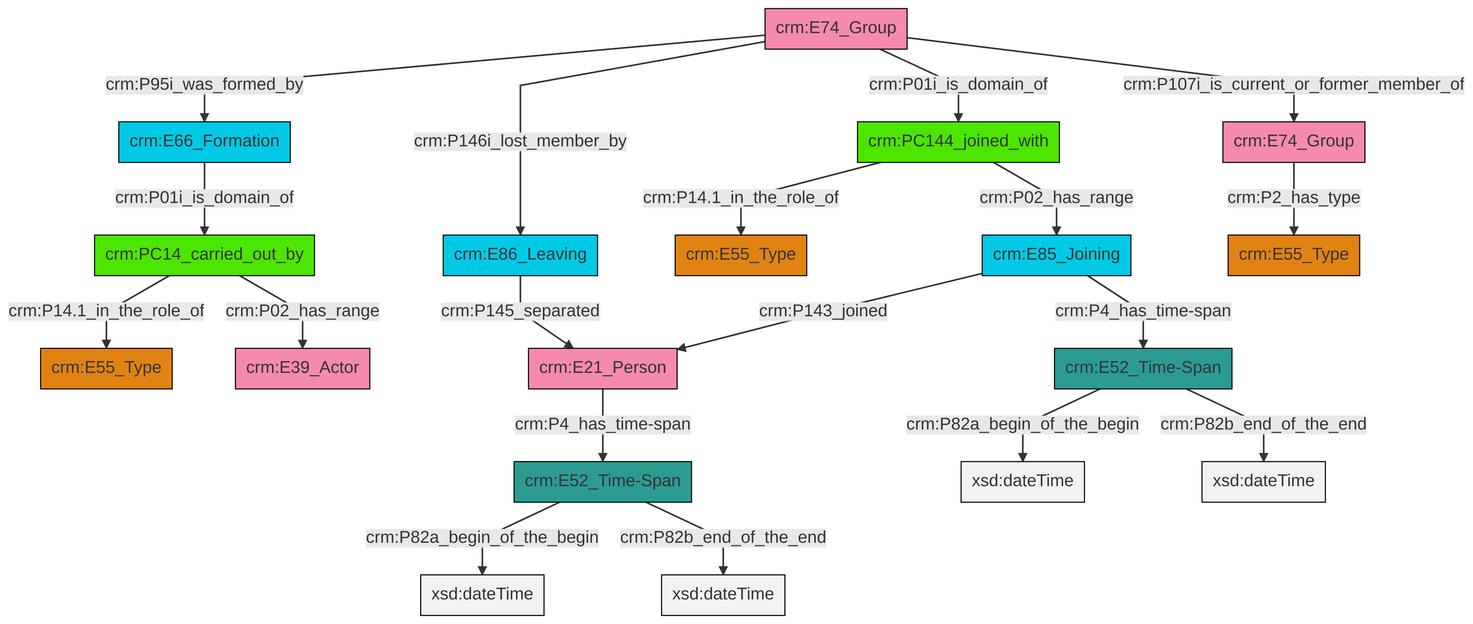
Earlier version of the Mermaid export et/groupCSV/ttl/mmd/png/group_actor_relations.png (swiss-art-research-net/docs.swissartresearch). Its source is kept beside it as et/groupCSV/ttl/mmd/group_actor_relations.ttl.mmd.
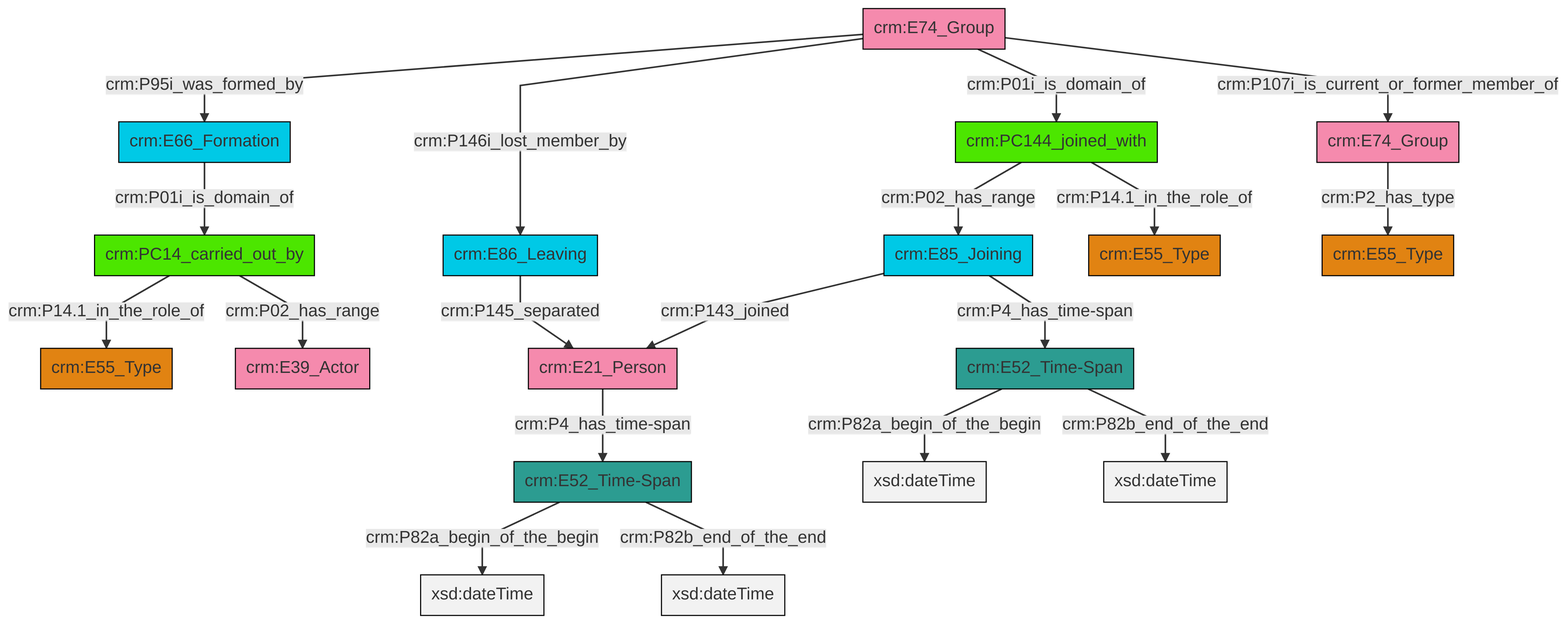
The same diagram one commit later.

What changed in the source:
```diff
@@ -13,21 +13,21 @@
 classDef PC_Classes fill:#4ce600, stroke:#000000;
 classDef Multi fill:#cccccc,stroke:#000000;
 
-0["crm:E74_Group"]:::Actor -->|crm:P2_has_type| 1["crm:E55_Type"]:::Type
-5["crm:E52_Time-Span"]:::Time-Span -->|crm:P82a_begin_of_the_begin| 6[xsd:dateTime]:::Literal
-7["crm:E85_Joining"]:::Temporal_Entity -->|crm:P143_joined| 8["crm:E21_Person"]:::Actor
-2["crm:E52_Time-Span"]:::Time-Span -->|crm:P82a_begin_of_the_begin| 16[xsd:dateTime]:::Literal
-5["crm:E52_Time-Span"]:::Time-Span -->|crm:P82b_end_of_the_end| 19[xsd:dateTime]:::Literal
-20["crm:E86_Leaving"]:::Temporal_Entity -->|crm:P145_separated| 8["crm:E21_Person"]:::Actor
-9["crm:E74_Group"]:::Actor -->|crm:P95i_was_formed_by| 21["crm:E66_Formation"]:::Temporal_Entity
-9["crm:E74_Group"]:::Actor -->|crm:P146i_lost_member_by| 20["crm:E86_Leaving"]:::Temporal_Entity
-8["crm:E21_Person"]:::Actor -->|crm:P4_has_time-span| 2["crm:E52_Time-Span"]:::Time-Span
-23["crm:PC14_carried_out_by"]:::PC_Classes -->|crm:P14.1_in_the_role_of| 17["crm:E55_Type"]:::Type
-23["crm:PC14_carried_out_by"]:::PC_Classes -->|crm:P02_has_range| 12["crm:E39_Actor"]:::Actor
-7["crm:E85_Joining"]:::Temporal_Entity -->|crm:P4_has_time-span| 5["crm:E52_Time-Span"]:::Time-Span
-9["crm:E74_Group"]:::Actor -->|crm:P01i_is_domain_of| 30["crm:PC144_joined_with"]:::PC_Classes
-9["crm:E74_Group"]:::Actor -->|crm:P107i_is_current_or_former_member_of| 0["crm:E74_Group"]:::Actor
-21["crm:E66_Formation"]:::Temporal_Entity -->|crm:P01i_is_domain_of| 23["crm:PC14_carried_out_by"]:::PC_Classes
-30["crm:PC144_joined_with"]:::PC_Classes -->|crm:P14.1_in_the_role_of| 14["crm:E55_Type"]:::Type
-2["crm:E52_Time-Span"]:::Time-Span -->|crm:P82b_end_of_the_end| 33[xsd:dateTime]:::Literal
-30["crm:PC144_joined_with"]:::PC_Classes -->|crm:P02_has_range| 7["crm:E85_Joining"]:::Temporal_Entity
+2["crm:PC144_joined_with"]:::PC_Classes -->|crm:P02_has_range| 3["crm:E85_Joining"]:::Temporal_Entity
+4["crm:E52_Time-Span"]:::Time-Span -->|crm:P82a_begin_of_the_begin| 5[xsd:dateTime]:::Literal
+3["crm:E85_Joining"]:::Temporal_Entity -->|crm:P143_joined| 9["crm:E21_Person"]:::Actor
+10["crm:E66_Formation"]:::Temporal_Entity -->|crm:P01i_is_domain_of| 11["crm:PC14_carried_out_by"]:::PC_Classes
+11["crm:PC14_carried_out_by"]:::PC_Classes -->|crm:P14.1_in_the_role_of| 12["crm:E55_Type"]:::Type
+13["crm:E52_Time-Span"]:::Time-Span -->|crm:P82a_begin_of_the_begin| 14[xsd:dateTime]:::Literal
+15["crm:E74_Group"]:::Actor -->|crm:P2_has_type| 16["crm:E55_Type"]:::Type
+4["crm:E52_Time-Span"]:::Time-Span -->|crm:P82b_end_of_the_end| 17[xsd:dateTime]:::Literal
+19["crm:E74_Group"]:::Actor -->|crm:P95i_was_formed_by| 10["crm:E66_Formation"]:::Temporal_Entity
+19["crm:E74_Group"]:::Actor -->|crm:P146i_lost_member_by| 20["crm:E86_Leaving"]:::Temporal_Entity
+13["crm:E52_Time-Span"]:::Time-Span -->|crm:P82b_end_of_the_end| 23[xsd:dateTime]:::Literal
+19["crm:E74_Group"]:::Actor -->|crm:P01i_is_domain_of| 2["crm:PC144_joined_with"]:::PC_Classes
+9["crm:E21_Person"]:::Actor -->|crm:P4_has_time-span| 4["crm:E52_Time-Span"]:::Time-Span
+19["crm:E74_Group"]:::Actor -->|crm:P107i_is_current_or_former_member_of| 15["crm:E74_Group"]:::Actor
+11["crm:PC14_carried_out_by"]:::PC_Classes -->|crm:P02_has_range| 7["crm:E39_Actor"]:::Actor
+20["crm:E86_Leaving"]:::Temporal_Entity -->|crm:P145_separated| 9["crm:E21_Person"]:::Actor
+3["crm:E85_Joining"]:::Temporal_Entity -->|crm:P4_has_time-span| 13["crm:E52_Time-Span"]:::Time-Span
+2["crm:PC144_joined_with"]:::PC_Classes -->|crm:P14.1_in_the_role_of| 0["crm:E55_Type"]:::Type
```
